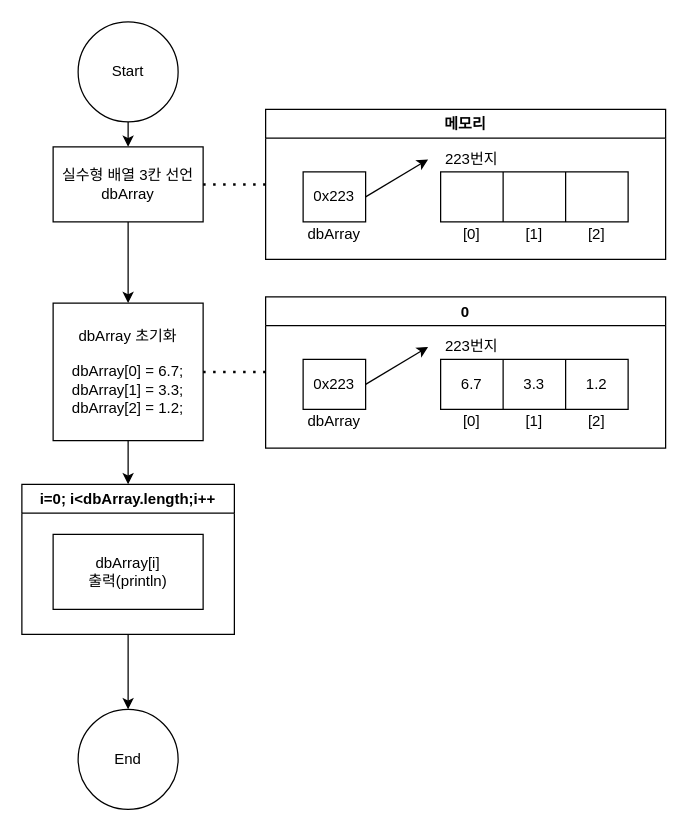
Before: page "Ex02" (2 of 9) of src/com/javaex/practice/Practice04.drawio in jeter5274/Practice04, a draw.io diagram. Source tidied: cells renumbered, new cells numbered last; positions are measured from the earlier drawing's top-left corner, leaving out a move shared by most shapes. Both pictures are drawn from the tidied source at 125%, with x=0, y=0 at pixel (21, 21).
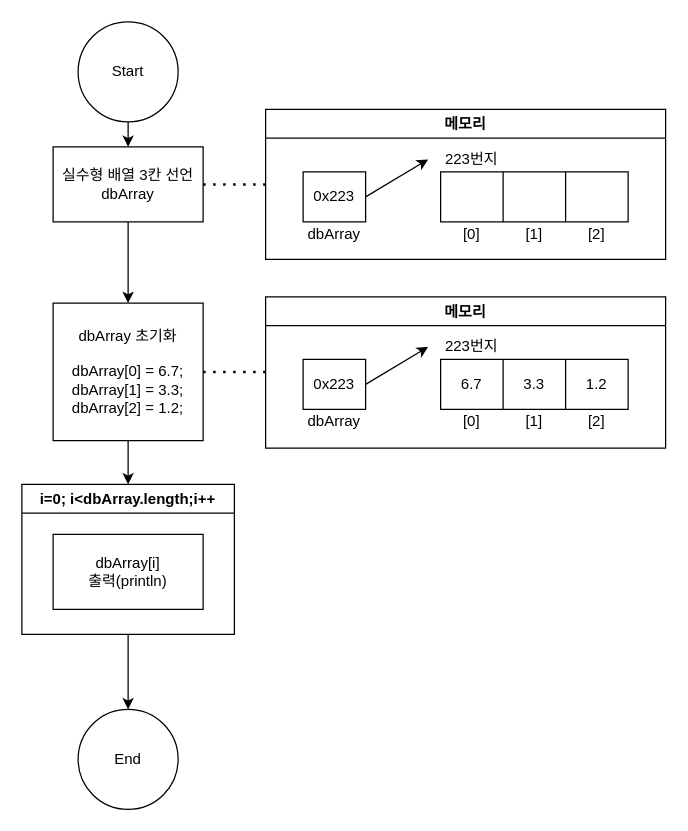
Above is the later version.

What changed in the source:
```diff
@@
-    <mxCell id="28" value="0" style="swimlane;" parent="1" vertex="1">
+    <mxCell id="28" value="메모리" style="swimlane;" parent="1" vertex="1">
       <mxGeometry x="195" y="220" width="320" height="121" as="geometry" />
     </mxCell>
```
